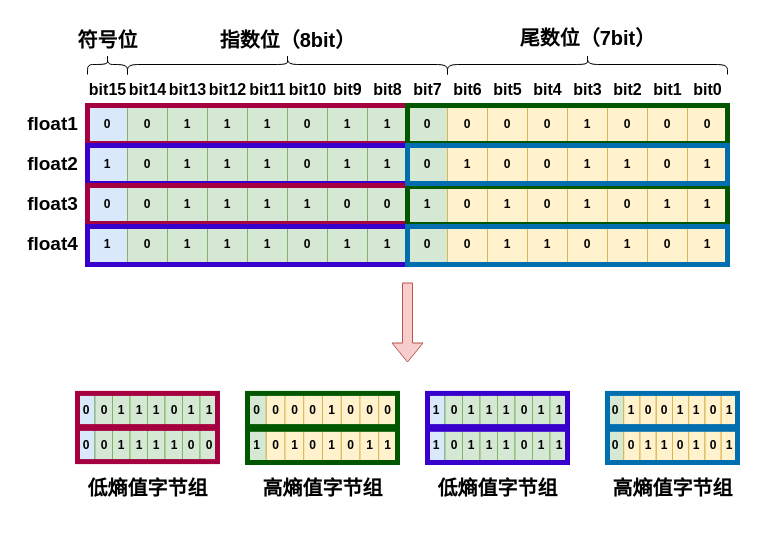
This is figures/0403字节粒度的分组抽样熵值分析.drawio from lucky6six/SJTU-lz, a draw.io file, before an edit. Source tidied: cells renumbered, new cells numbered last; positions are measured from the earlier drawing's top-left corner, leaving out a move shared by most shapes. Both pictures are drawn from the tidied source at 100%, with x=0, y=0 at pixel (17, 17).
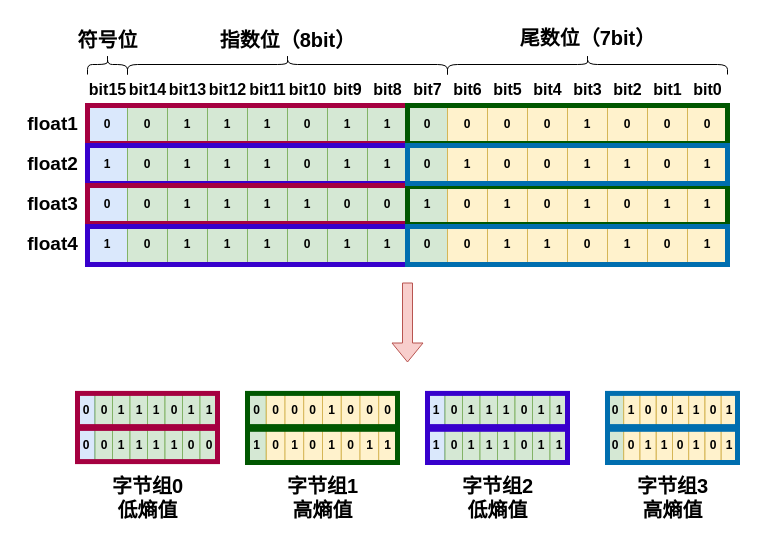
After the change.

Change to the diagram source:
```diff
@@
-    <mxCell id="178" value="低熵值字节组" style="text;html=1;align=center;verticalAlign=middle;strokeColor=none;fillColor=none;fontSize=20;fontStyle=1;" parent="1" vertex="1">
-      <mxGeometry x="60" y="450" width="140" height="40" as="geometry" />
+    <mxCell id="178" value="字节组0&lt;br&gt;低熵值" style="text;html=1;align=center;verticalAlign=middle;strokeColor=none;fillColor=none;fontSize=20;fontStyle=1;" parent="1" vertex="1">
+      <mxGeometry x="85" y="450" width="90" height="60" as="geometry" />
     </mxCell>
-    <mxCell id="179" value="低熵值字节组" style="text;html=1;align=center;verticalAlign=middle;strokeColor=none;fillColor=none;fontSize=20;fontStyle=1;" parent="1" vertex="1">
-      <mxGeometry x="410" y="450" width="140" height="40" as="geometry" />
+    <mxCell id="179" value="字节组2&lt;br&gt;低熵值" style="text;html=1;align=center;verticalAlign=middle;strokeColor=none;fillColor=none;fontSize=20;fontStyle=1;" parent="1" vertex="1">
+      <mxGeometry x="435" y="450" width="90" height="60" as="geometry" />
     </mxCell>
-    <mxCell id="180" value="高熵值字节组" style="text;html=1;align=center;verticalAlign=middle;strokeColor=none;fillColor=none;fontSize=20;fontStyle=1;" parent="1" vertex="1">
-      <mxGeometry x="235" y="450" width="140" height="40" as="geometry" />
+    <mxCell id="180" value="字节组1&lt;br&gt;高熵值" style="text;html=1;align=center;verticalAlign=middle;strokeColor=none;fillColor=none;fontSize=20;fontStyle=1;" parent="1" vertex="1">
+      <mxGeometry x="260" y="450" width="90" height="60" as="geometry" />
     </mxCell>
-    <mxCell id="181" value="高熵值字节组" style="text;html=1;align=center;verticalAlign=middle;strokeColor=none;fillColor=none;fontSize=20;fontStyle=1;" parent="1" vertex="1">
-      <mxGeometry x="585" y="450" width="140" height="40" as="geometry" />
+    <mxCell id="181" value="字节组3&lt;br&gt;高熵值" style="text;html=1;align=center;verticalAlign=middle;strokeColor=none;fillColor=none;fontSize=20;fontStyle=1;" parent="1" vertex="1">
+      <mxGeometry x="610" y="450" width="90" height="60" as="geometry" />
     </mxCell>
```
